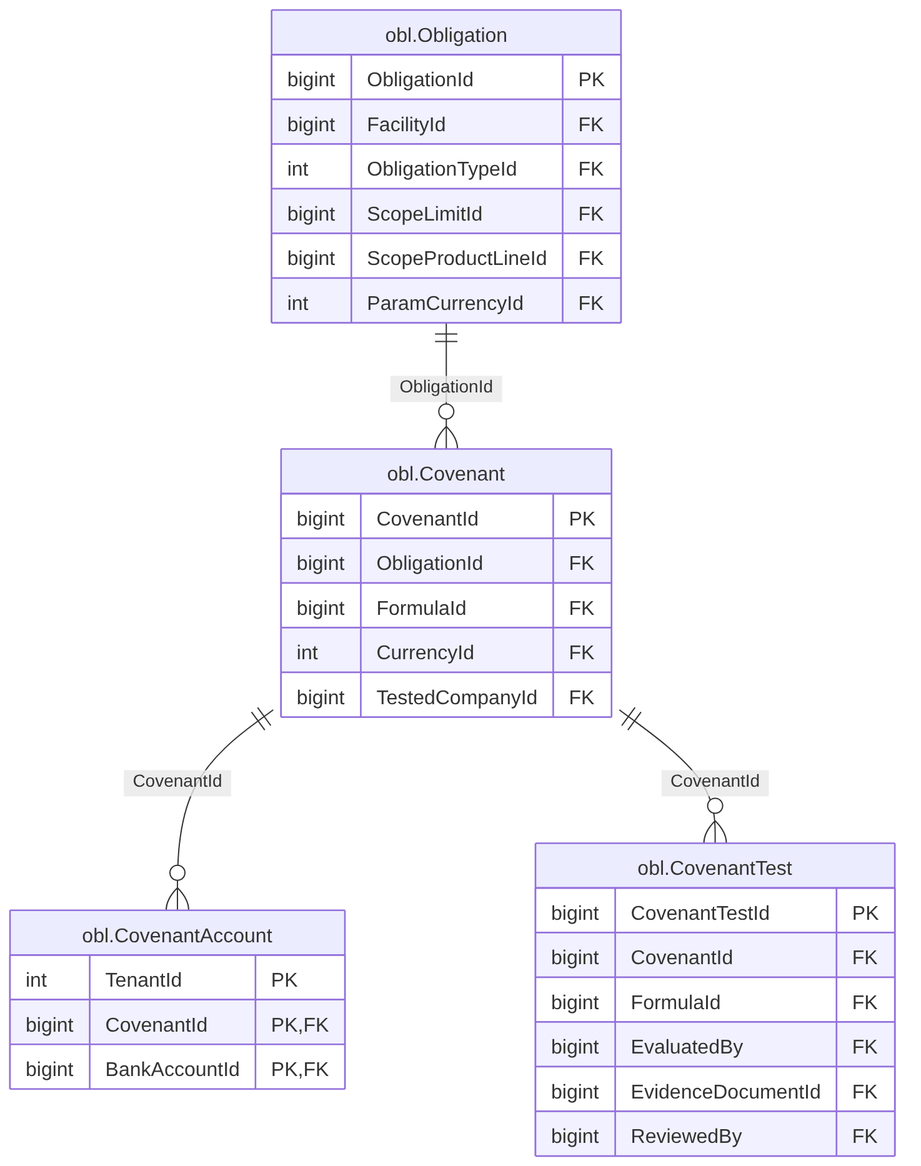
Before: treasury-platform/docs/diagrams/erd/m5_obligations_1.png, a diagram exported from Mermaid (thawrasy/smartlines). Its source is kept beside it as treasury-platform/docs/diagrams/erd/m5_obligations_1.mmd.
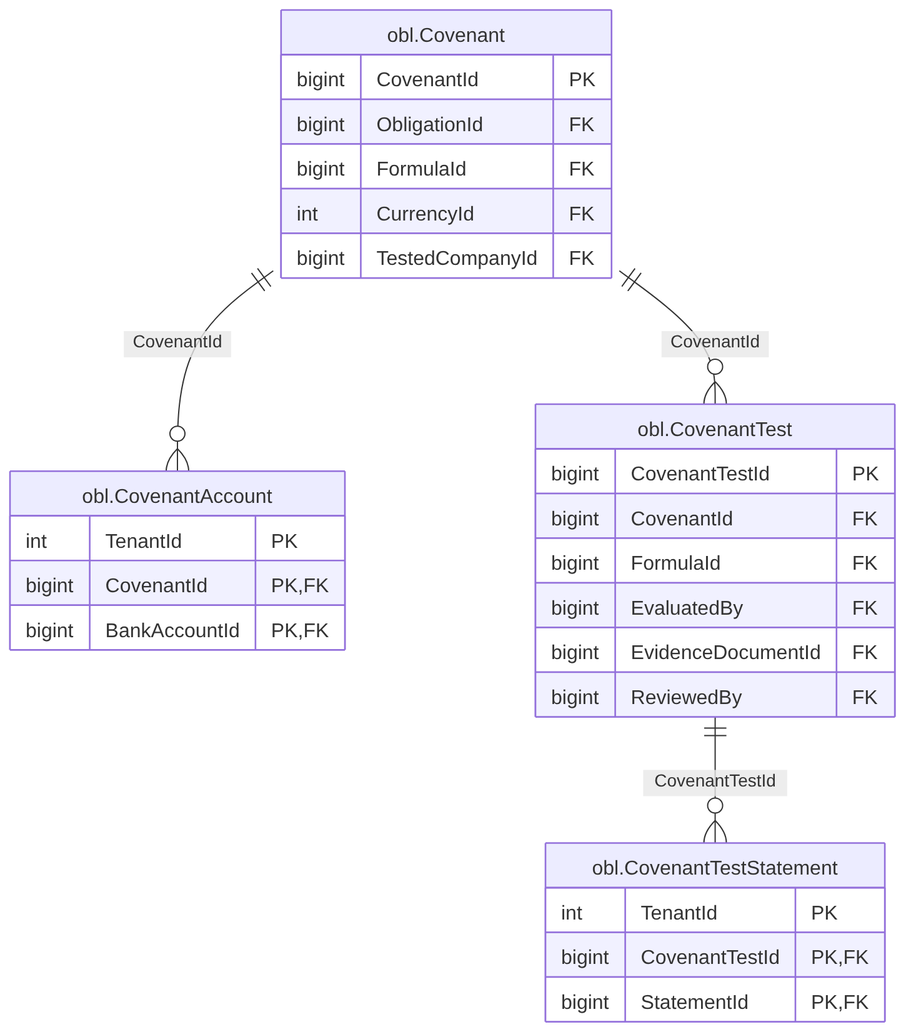
The same file after the commit.

What changed in the source:
```diff
@@ -19,14 +19,11 @@
     bigint EvidenceDocumentId FK
     bigint ReviewedBy FK
   }
-  obl_Obligation["obl.Obligation"] {
-    bigint ObligationId PK
-    bigint FacilityId FK
-    int ObligationTypeId FK
-    bigint ScopeLimitId FK
-    bigint ScopeProductLineId FK
-    int ParamCurrencyId FK
+  obl_CovenantTestStatement["obl.CovenantTestStatement"] {
+    int TenantId PK
+    bigint CovenantTestId PK, FK
+    bigint StatementId PK, FK
   }
   obl_Covenant ||--o{ obl_CovenantAccount : "CovenantId"
   obl_Covenant ||--o{ obl_CovenantTest : "CovenantId"
-  obl_Obligation ||--o{ obl_Covenant : "ObligationId"
+  obl_CovenantTest ||--o{ obl_CovenantTestStatement : "CovenantTestId"
```
